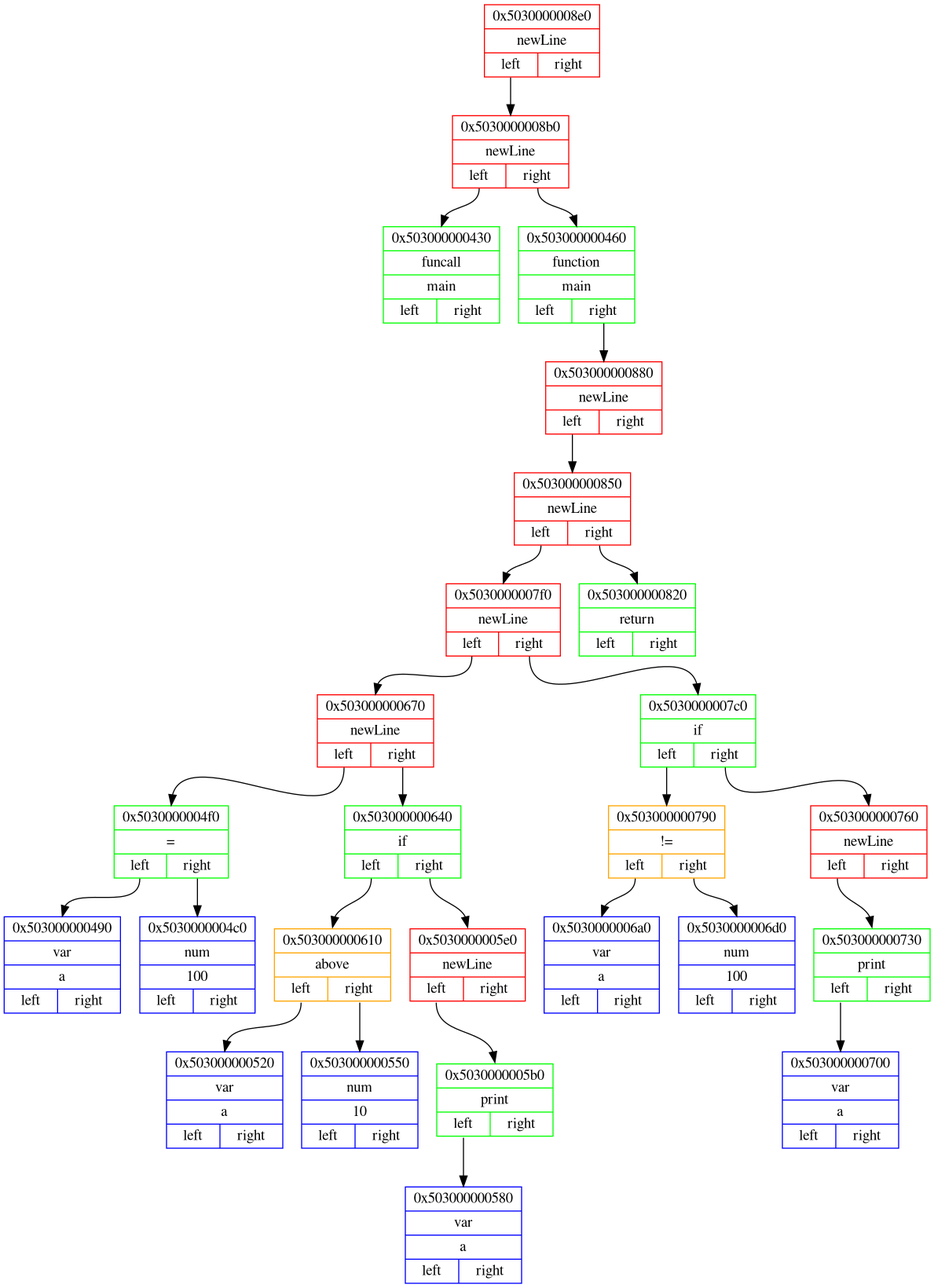
Above: png_files/frontenedDotFile.dot.png in Matvey787/myProgLanguage (Graphviz), before the change. Its source is kept beside it as dot_files/frontenedDotFile.dot.
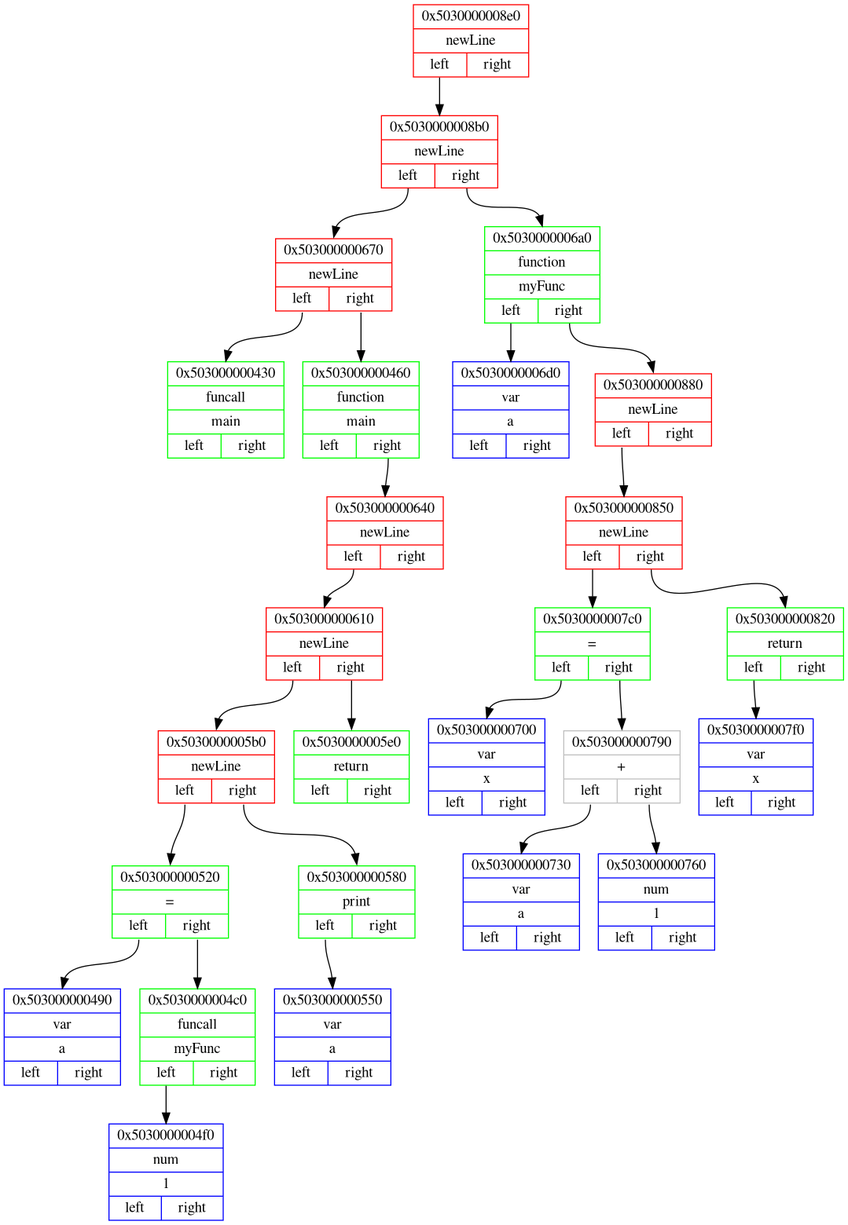
The same diagram one commit later.

What changed in the source:
```diff
@@ -4,53 +4,53 @@
 
 node0x5030000008e0 [ shape=record, color = red rank = 1, label= "{ 0x5030000008e0 | newLine |         {<n0x5030000008e0_l> left | <n0x5030000008e0_r> right}} " ];
 node0x5030000008b0 [ shape=record, color = red rank = 2, label= "{ 0x5030000008b0 | newLine |         {<n0x5030000008b0_l> left | <n0x5030000008b0_r> right}} " ];
-node0x503000000430 [ shape=record, color = green rank = 3, label= "{ 0x503000000430 | funcall | main |         {<n0x503000000430_l> left | <n0x503000000430_r> right}} " ];
-node0x5030000008b0:<n0x5030000008b0_l>:s -> node0x503000000430:n [ color = black; ]
-node0x503000000460 [ shape=record, color = green rank = 4, label= "{ 0x503000000460 | function | main |         {<n0x503000000460_l> left | <n0x503000000460_r> right}} " ];
-node0x503000000880 [ shape=record, color = red rank = 5, label= "{ 0x503000000880 | newLine |         {<n0x503000000880_l> left | <n0x503000000880_r> right}} " ];
-node0x503000000850 [ shape=record, color = red rank = 6, label= "{ 0x503000000850 | newLine |         {<n0x503000000850_l> left | <n0x503000000850_r> right}} " ];
-node0x5030000007f0 [ shape=record, color = red rank = 7, label= "{ 0x5030000007f0 | newLine |         {<n0x5030000007f0_l> left | <n0x5030000007f0_r> right}} " ];
-node0x503000000670 [ shape=record, color = red rank = 8, label= "{ 0x503000000670 | newLine |         {<n0x503000000670_l> left | <n0x503000000670_r> right}} " ];
-node0x5030000004f0 [ shape=record, color = green rank = 9, label= "{ 0x5030000004f0 | = |         {<n0x5030000004f0_l> left | <n0x5030000004f0_r> right}} " ];
+node0x503000000670 [ shape=record, color = red rank = 3, label= "{ 0x503000000670 | newLine |         {<n0x503000000670_l> left | <n0x503000000670_r> right}} " ];
+node0x503000000430 [ shape=record, color = green rank = 4, label= "{ 0x503000000430 | funcall | main |         {<n0x503000000430_l> left | <n0x503000000430_r> right}} " ];
+node0x503000000670:<n0x503000000670_l>:s -> node0x503000000430:n [ color = black; ]
+node0x503000000460 [ shape=record, color = green rank = 5, label= "{ 0x503000000460 | function | main |         {<n0x503000000460_l> left | <n0x503000000460_r> right}} " ];
+node0x503000000640 [ shape=record, color = red rank = 6, label= "{ 0x503000000640 | newLine |         {<n0x503000000640_l> left | <n0x503000000640_r> right}} " ];
+node0x503000000610 [ shape=record, color = red rank = 7, label= "{ 0x503000000610 | newLine |         {<n0x503000000610_l> left | <n0x503000000610_r> right}} " ];
+node0x5030000005b0 [ shape=record, color = red rank = 8, label= "{ 0x5030000005b0 | newLine |         {<n0x5030000005b0_l> left | <n0x5030000005b0_r> right}} " ];
+node0x503000000520 [ shape=record, color = green rank = 9, label= "{ 0x503000000520 | = |         {<n0x503000000520_l> left | <n0x503000000520_r> right}} " ];
 node0x503000000490 [ shape=record, color = blue rank = 10, label= "{ 0x503000000490 | var | a |         {<n0x503000000490_l> left | <n0x503000000490_r> right}} " ];
-node0x5030000004f0:<n0x5030000004f0_l>:s -> node0x503000000490:n [ color = black; ]
-node0x5030000004c0 [ shape=record, color = blue rank = 11, label= "{ 0x5030000004c0 | num | 100 |         {<n0x5030000004c0_l> left | <n0x5030000004c0_r> right}} " ];
-node0x5030000004f0:<n0x5030000004f0_r>:s -> node0x5030000004c0:n [ color = black; ]
-node0x503000000670:<n0x503000000670_l>:s -> node0x5030000004f0:n [ color = black; ]
-node0x503000000640 [ shape=record, color = green rank = 10, label= "{ 0x503000000640 | if |         {<n0x503000000640_l> left | <n0x503000000640_r> right}} " ];
-node0x503000000610 [ shape=record, color = orange rank = 11, label= "{ 0x503000000610 | above |         {<n0x503000000610_l> left | <n0x503000000610_r> right}} " ];
-node0x503000000520 [ shape=record, color = blue rank = 12, label= "{ 0x503000000520 | var | a |         {<n0x503000000520_l> left | <n0x503000000520_r> right}} " ];
-node0x503000000610:<n0x503000000610_l>:s -> node0x503000000520:n [ color = black; ]
-node0x503000000550 [ shape=record, color = blue rank = 13, label= "{ 0x503000000550 | num | 10 |         {<n0x503000000550_l> left | <n0x503000000550_r> right}} " ];
-node0x503000000610:<n0x503000000610_r>:s -> node0x503000000550:n [ color = black; ]
+node0x503000000520:<n0x503000000520_l>:s -> node0x503000000490:n [ color = black; ]
+node0x5030000004c0 [ shape=record, color = green rank = 11, label= "{ 0x5030000004c0 | funcall | myFunc |         {<n0x5030000004c0_l> left | <n0x5030000004c0_r> right}} " ];
+node0x5030000004f0 [ shape=record, color = blue rank = 12, label= "{ 0x5030000004f0 | num | 1 |         {<n0x5030000004f0_l> left | <n0x5030000004f0_r> right}} " ];
+node0x5030000004c0:<n0x5030000004c0_l>:s -> node0x5030000004f0:n [ color = black; ]
+node0x503000000520:<n0x503000000520_r>:s -> node0x5030000004c0:n [ color = black; ]
+node0x5030000005b0:<n0x5030000005b0_l>:s -> node0x503000000520:n [ color = black; ]
+node0x503000000580 [ shape=record, color = green rank = 10, label= "{ 0x503000000580 | print |         {<n0x503000000580_l> left | <n0x503000000580_r> right}} " ];
+node0x503000000550 [ shape=record, color = blue rank = 11, label= "{ 0x503000000550 | var | a |         {<n0x503000000550_l> left | <n0x503000000550_r> right}} " ];
+node0x503000000580:<n0x503000000580_l>:s -> node0x503000000550:n [ color = black; ]
+node0x5030000005b0:<n0x5030000005b0_r>:s -> node0x503000000580:n [ color = black; ]
+node0x503000000610:<n0x503000000610_l>:s -> node0x5030000005b0:n [ color = black; ]
+node0x5030000005e0 [ shape=record, color = green rank = 9, label= "{ 0x5030000005e0 | return |         {<n0x5030000005e0_l> left | <n0x5030000005e0_r> right}} " ];
+node0x503000000610:<n0x503000000610_r>:s -> node0x5030000005e0:n [ color = black; ]
 node0x503000000640:<n0x503000000640_l>:s -> node0x503000000610:n [ color = black; ]
-node0x5030000005e0 [ shape=record, color = red rank = 12, label= "{ 0x5030000005e0 | newLine |         {<n0x5030000005e0_l> left | <n0x5030000005e0_r> right}} " ];
-node0x5030000005b0 [ shape=record, color = green rank = 13, label= "{ 0x5030000005b0 | print |         {<n0x5030000005b0_l> left | <n0x5030000005b0_r> right}} " ];
-node0x503000000580 [ shape=record, color = blue rank = 14, label= "{ 0x503000000580 | var | a |         {<n0x503000000580_l> left | <n0x503000000580_r> right}} " ];
-node0x5030000005b0:<n0x5030000005b0_l>:s -> node0x503000000580:n [ color = black; ]
-node0x5030000005e0:<n0x5030000005e0_l>:s -> node0x5030000005b0:n [ color = black; ]
-node0x503000000640:<n0x503000000640_r>:s -> node0x5030000005e0:n [ color = black; ]
-node0x503000000670:<n0x503000000670_r>:s -> node0x503000000640:n [ color = black; ]
-node0x5030000007f0:<n0x5030000007f0_l>:s -> node0x503000000670:n [ color = black; ]
-node0x5030000007c0 [ shape=record, color = green rank = 9, label= "{ 0x5030000007c0 | if |         {<n0x5030000007c0_l> left | <n0x5030000007c0_r> right}} " ];
-node0x503000000790 [ shape=record, color = orange rank = 10, label= "{ 0x503000000790 | != |         {<n0x503000000790_l> left | <n0x503000000790_r> right}} " ];
-node0x5030000006a0 [ shape=record, color = blue rank = 11, label= "{ 0x5030000006a0 | var | a |         {<n0x5030000006a0_l> left | <n0x5030000006a0_r> right}} " ];
-node0x503000000790:<n0x503000000790_l>:s -> node0x5030000006a0:n [ color = black; ]
-node0x5030000006d0 [ shape=record, color = blue rank = 12, label= "{ 0x5030000006d0 | num | 100 |         {<n0x5030000006d0_l> left | <n0x5030000006d0_r> right}} " ];
-node0x503000000790:<n0x503000000790_r>:s -> node0x5030000006d0:n [ color = black; ]
-node0x5030000007c0:<n0x5030000007c0_l>:s -> node0x503000000790:n [ color = black; ]
-node0x503000000760 [ shape=record, color = red rank = 11, label= "{ 0x503000000760 | newLine |         {<n0x503000000760_l> left | <n0x503000000760_r> right}} " ];
-node0x503000000730 [ shape=record, color = green rank = 12, label= "{ 0x503000000730 | print |         {<n0x503000000730_l> left | <n0x503000000730_r> right}} " ];
-node0x503000000700 [ shape=record, color = blue rank = 13, label= "{ 0x503000000700 | var | a |         {<n0x503000000700_l> left | <n0x503000000700_r> right}} " ];
-node0x503000000730:<n0x503000000730_l>:s -> node0x503000000700:n [ color = black; ]
-node0x503000000760:<n0x503000000760_l>:s -> node0x503000000730:n [ color = black; ]
-node0x5030000007c0:<n0x5030000007c0_r>:s -> node0x503000000760:n [ color = black; ]
-node0x5030000007f0:<n0x5030000007f0_r>:s -> node0x5030000007c0:n [ color = black; ]
-node0x503000000850:<n0x503000000850_l>:s -> node0x5030000007f0:n [ color = black; ]
-node0x503000000820 [ shape=record, color = green rank = 8, label= "{ 0x503000000820 | return |         {<n0x503000000820_l> left | <n0x503000000820_r> right}} " ];
+node0x503000000460:<n0x503000000460_r>:s -> node0x503000000640:n [ color = black; ]
+node0x503000000670:<n0x503000000670_r>:s -> node0x503000000460:n [ color = black; ]
+node0x5030000008b0:<n0x5030000008b0_l>:s -> node0x503000000670:n [ color = black; ]
+node0x5030000006a0 [ shape=record, color = green rank = 4, label= "{ 0x5030000006a0 | function | myFunc |         {<n0x5030000006a0_l> left | <n0x5030000006a0_r> right}} " ];
+node0x5030000006d0 [ shape=record, color = blue rank = 5, label= "{ 0x5030000006d0 | var | a |         {<n0x5030000006d0_l> left | <n0x5030000006d0_r> right}} " ];
+node0x5030000006a0:<n0x5030000006a0_l>:s -> node0x5030000006d0:n [ color = black; ]
+node0x503000000880 [ shape=record, color = red rank = 6, label= "{ 0x503000000880 | newLine |         {<n0x503000000880_l> left | <n0x503000000880_r> right}} " ];
+node0x503000000850 [ shape=record, color = red rank = 7, label= "{ 0x503000000850 | newLine |         {<n0x503000000850_l> left | <n0x503000000850_r> right}} " ];
+node0x5030000007c0 [ shape=record, color = green rank = 8, label= "{ 0x5030000007c0 | = |         {<n0x5030000007c0_l> left | <n0x5030000007c0_r> right}} " ];
+node0x503000000700 [ shape=record, color = blue rank = 9, label= "{ 0x503000000700 | var | x |         {<n0x503000000700_l> left | <n0x503000000700_r> right}} " ];
+node0x5030000007c0:<n0x5030000007c0_l>:s -> node0x503000000700:n [ color = black; ]
+node0x503000000790 [ shape=record, color = grey rank = 10, label= "{ 0x503000000790 | + |         {<n0x503000000790_l> left | <n0x503000000790_r> right}} " ];
+node0x503000000730 [ shape=record, color = blue rank = 11, label= "{ 0x503000000730 | var | a |         {<n0x503000000730_l> left | <n0x503000000730_r> right}} " ];
+node0x503000000790:<n0x503000000790_l>:s -> node0x503000000730:n [ color = black; ]
+node0x503000000760 [ shape=record, color = blue rank = 12, label= "{ 0x503000000760 | num | 1 |         {<n0x503000000760_l> left | <n0x503000000760_r> right}} " ];
+node0x503000000790:<n0x503000000790_r>:s -> node0x503000000760:n [ color = black; ]
+node0x5030000007c0:<n0x5030000007c0_r>:s -> node0x503000000790:n [ color = black; ]
+node0x503000000850:<n0x503000000850_l>:s -> node0x5030000007c0:n [ color = black; ]
+node0x503000000820 [ shape=record, color = green rank = 9, label= "{ 0x503000000820 | return |         {<n0x503000000820_l> left | <n0x503000000820_r> right}} " ];
+node0x5030000007f0 [ shape=record, color = blue rank = 10, label= "{ 0x5030000007f0 | var | x |         {<n0x5030000007f0_l> left | <n0x5030000007f0_r> right}} " ];
+node0x503000000820:<n0x503000000820_l>:s -> node0x5030000007f0:n [ color = black; ]
 node0x503000000850:<n0x503000000850_r>:s -> node0x503000000820:n [ color = black; ]
 node0x503000000880:<n0x503000000880_l>:s -> node0x503000000850:n [ color = black; ]
-node0x503000000460:<n0x503000000460_r>:s -> node0x503000000880:n [ color = black; ]
-node0x5030000008b0:<n0x5030000008b0_r>:s -> node0x503000000460:n [ color = black; ]
+node0x5030000006a0:<n0x5030000006a0_r>:s -> node0x503000000880:n [ color = black; ]
+node0x5030000008b0:<n0x5030000008b0_r>:s -> node0x5030000006a0:n [ color = black; ]
 node0x5030000008e0:<n0x5030000008e0_l>:s -> node0x5030000008b0:n [ color = black; ]
 }
```
